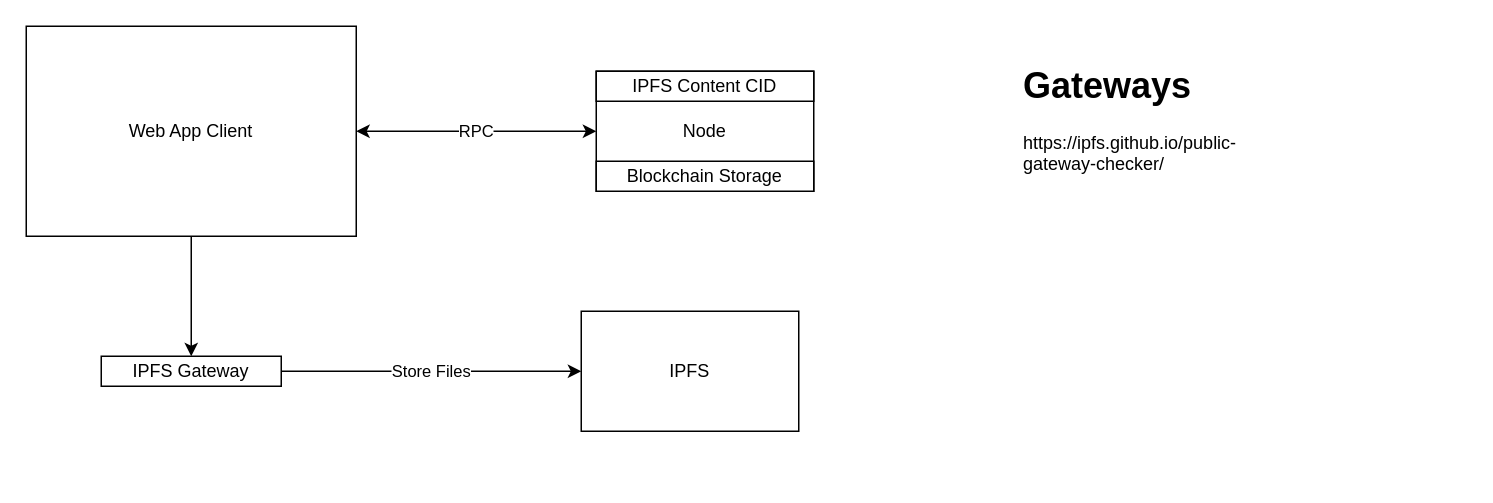
The draw.io diagram designs/architecture/IPFS Diagram.drawio in UniversalDot/documents, before the edit. Source tidied: cells renumbered, new cells numbered last; positions are measured from the earlier drawing's top-left corner, leaving out a move shared by most shapes. Both pictures are drawn from the tidied source at 150%, with x=0, y=0 at pixel (26, 26).
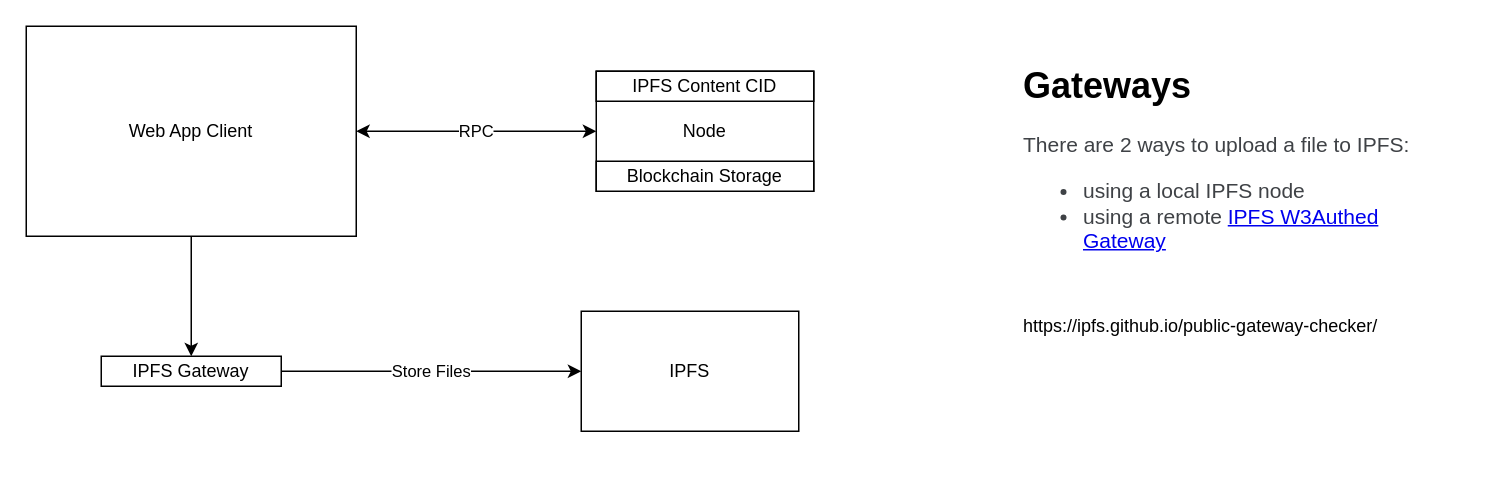
The same page after the edit.

What changed in the source:
```diff
@@
 <mxGraphModel>
   <root>
     <mxCell id="0" />
     <mxCell id="1" parent="0" />
     <mxCell id="2" value="RPC" style="edgeStyle=orthogonalEdgeStyle;rounded=0;jettySize=auto;html=1;entryX=0;entryY=0.5;entryDx=0;entryDy=0;startArrow=classic;startFill=1;" parent="1" edge="1" source="4" target="7">
       <mxGeometry relative="1" as="geometry" />
     </mxCell>
     <mxCell id="3" style="edgeStyle=orthogonalEdgeStyle;rounded=0;jettySize=auto;html=1;entryX=0.5;entryY=0;entryDx=0;entryDy=0;" parent="1" edge="1" source="4" target="6">
       <mxGeometry relative="1" as="geometry" />
     </mxCell>
     <mxCell id="4" value="Web App Client" style="rounded=0;whiteSpace=wrap;html=1;" parent="1" vertex="1">
       <mxGeometry width="220" height="140" as="geometry" />
     </mxCell>
     <mxCell id="5" value="Store Files" style="edgeStyle=orthogonalEdgeStyle;rounded=0;jettySize=auto;html=1;entryX=0;entryY=0.5;entryDx=0;entryDy=0;" parent="1" edge="1" source="6" target="9">
       <mxGeometry relative="1" as="geometry" />
     </mxCell>
     <mxCell id="6" value="IPFS Gateway" style="rounded=0;whiteSpace=wrap;html=1;" parent="1" vertex="1">
       <mxGeometry x="50" y="220" width="120" height="20" as="geometry" />
     </mxCell>
     <mxCell id="7" value="Node" style="rounded=0;whiteSpace=wrap;html=1;" parent="1" vertex="1">
       <mxGeometry x="380" y="30" width="145" height="80" as="geometry" />
     </mxCell>
     <mxCell id="8" value="Blockchain Storage" style="rounded=0;whiteSpace=wrap;html=1;" parent="1" vertex="1">
       <mxGeometry x="380" y="90" width="145" height="20" as="geometry" />
     </mxCell>
     <mxCell id="9" value="IPFS" style="rounded=0;whiteSpace=wrap;html=1;" parent="1" vertex="1">
       <mxGeometry x="370" y="190" width="145" height="80" as="geometry" />
     </mxCell>
-    <mxCell id="10" value="&lt;h1&gt;Gateways&lt;/h1&gt;&lt;p&gt;https://ipfs.github.io/public-gateway-checker/&lt;/p&gt;" style="text;html=1;strokeColor=none;fillColor=none;spacing=5;spacingTop=-20;whiteSpace=wrap;overflow=hidden;rounded=0;" parent="1" vertex="1">
-      <mxGeometry x="660" y="20" width="190" height="120" as="geometry" />
+    <mxCell id="10" value="&lt;h1&gt;Gateways&lt;/h1&gt;&lt;p style=&quot;box-sizing: border-box ; color: rgb(63 , 66 , 70) ; font-family: &amp;#34;manrope&amp;#34; , sans-serif , &amp;#34;apple color emoji&amp;#34; , &amp;#34;segoe ui emoji&amp;#34; , &amp;#34;segoe ui symbol&amp;#34; ; font-size: 14px&quot;&gt;There are 2 ways to upload a file to IPFS:&lt;/p&gt;&lt;ul style=&quot;box-sizing: border-box ; color: rgb(63 , 66 , 70) ; font-family: &amp;#34;manrope&amp;#34; , sans-serif , &amp;#34;apple color emoji&amp;#34; , &amp;#34;segoe ui emoji&amp;#34; , &amp;#34;segoe ui symbol&amp;#34; ; font-size: 14px&quot;&gt;&lt;li style=&quot;box-sizing: border-box ; overflow-wrap: break-word&quot;&gt;using a local IPFS node&lt;/li&gt;&lt;li style=&quot;box-sizing: border-box ; overflow-wrap: break-word&quot;&gt;using a remote&amp;nbsp;&lt;a href=&quot;https://docs.ipfs.io/concepts/ipfs-gateway/#authenticated-gateways&quot; target=&quot;_blank&quot; style=&quot;box-sizing: border-box&quot;&gt;IPFS W3Authed Gateway&lt;/a&gt;&lt;/li&gt;&lt;/ul&gt;&lt;p&gt;&lt;br&gt;&lt;/p&gt;&lt;p&gt;https://ipfs.github.io/public-gateway-checker/&lt;/p&gt;" style="text;html=1;strokeColor=none;fillColor=none;spacing=5;spacingTop=-20;whiteSpace=wrap;overflow=hidden;rounded=0;" parent="1" vertex="1">
+      <mxGeometry x="660" y="20" width="300" height="280" as="geometry" />
     </mxCell>
     <mxCell id="11" value="IPFS Content CID" style="rounded=0;whiteSpace=wrap;html=1;" parent="1" vertex="1">
       <mxGeometry x="380" y="30" width="145" height="20" as="geometry" />
     </mxCell>
   </root>
 </mxGraphModel>
```
